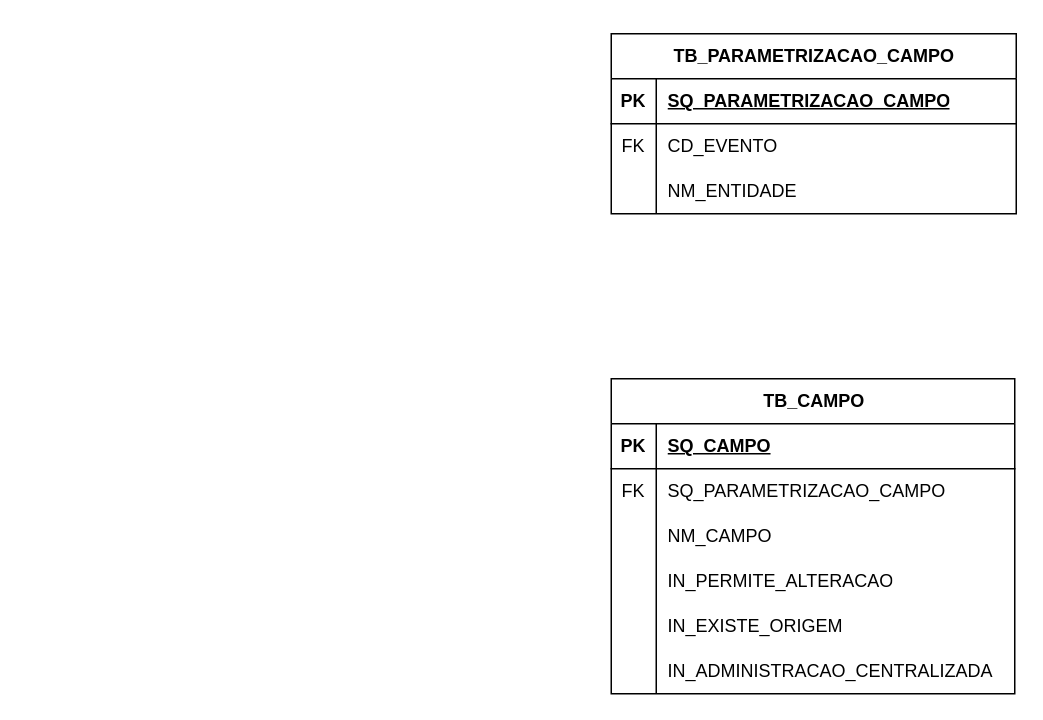
This is Parametrizacao_Campo.drawio from nilsondurval/Draw.IO, a draw.io file, before an edit. Source tidied: cells renumbered, new cells numbered last; positions are measured from the earlier drawing's top-left corner, leaving out a move shared by most shapes. Both pictures are drawn from the tidied source at 150%, with x=0, y=0 at pixel (610, 33).
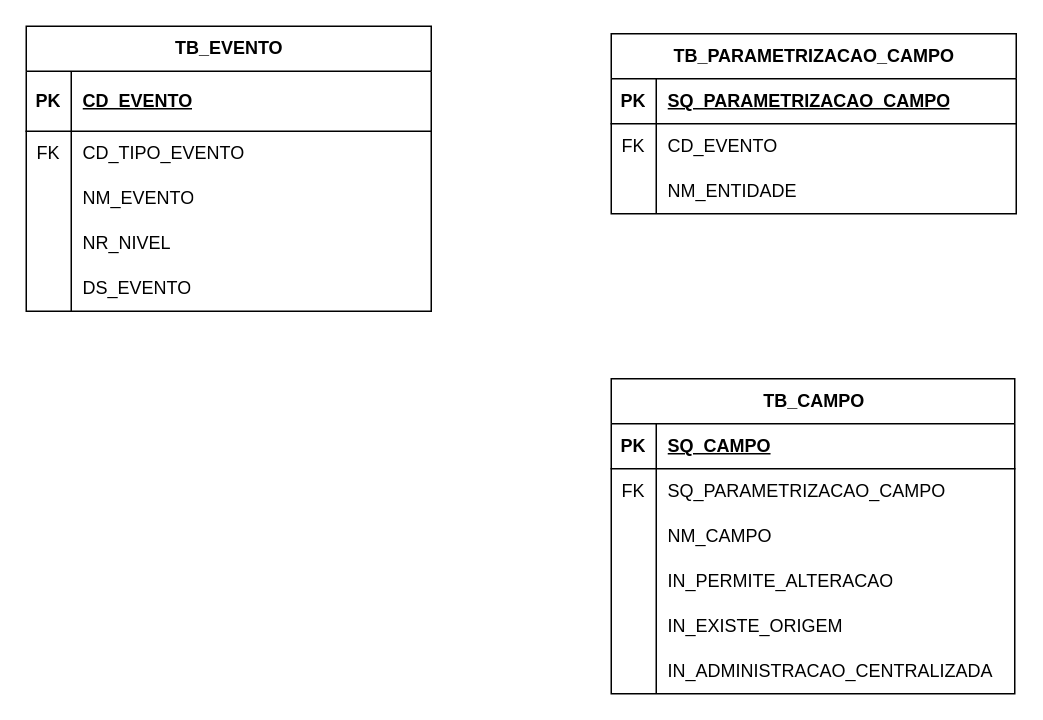
Above is the later version.

Change to the diagram source:
```diff
@@
+    <mxCell id="31" value="TB_EVENTO" style="shape=table;startSize=30;childLayout=tableLayout;rowLines=0;fontStyle=1;align=center;html=1;" parent="1" vertex="1">
+      <mxGeometry x="-390" y="-5" width="270" height="190" as="geometry" />
+    </mxCell>
+    <mxCell id="32" style="shape=tableRow;horizontal=0;startSize=0;swimlaneHead=0;swimlaneBody=0;fillColor=none;top=0;left=0;right=0;bottom=1;" parent="31" vertex="1">
+      <mxGeometry y="30" width="270" height="40" as="geometry" />
+    </mxCell>
+    <mxCell id="33" value="PK" style="shape=partialRectangle;fillColor=none;top=0;left=0;bottom=0;right=0;fontStyle=1;overflow=hidden;whiteSpace=wrap;html=1;" parent="32" vertex="1">
+      <mxGeometry width="30" height="40" as="geometry" />
+    </mxCell>
+    <mxCell id="34" value="CD_EVENTO" style="shape=partialRectangle;fillColor=none;top=0;left=0;bottom=0;right=0;align=left;spacingLeft=6;fontStyle=5;overflow=hidden;whiteSpace=wrap;html=1;" parent="32" vertex="1">
+      <mxGeometry x="30" width="240" height="40" as="geometry" />
+    </mxCell>
+    <mxCell id="35" style="shape=tableRow;horizontal=0;startSize=0;swimlaneHead=0;swimlaneBody=0;fillColor=none;top=0;left=0;right=0;bottom=0;" parent="31" vertex="1">
+      <mxGeometry y="70" width="270" height="30" as="geometry" />
+    </mxCell>
+    <mxCell id="36" value="FK" style="shape=partialRectangle;fillColor=none;top=0;left=0;bottom=0;right=0;overflow=hidden;whiteSpace=wrap;html=1;" parent="35" vertex="1">
+      <mxGeometry width="30" height="30" as="geometry" />
+    </mxCell>
+    <mxCell id="37" value="CD_TIPO_EVENTO" style="shape=partialRectangle;fillColor=none;top=0;left=0;bottom=0;right=0;align=left;spacingLeft=6;overflow=hidden;whiteSpace=wrap;html=1;" parent="35" vertex="1">
+      <mxGeometry x="30" width="240" height="30" as="geometry" />
+    </mxCell>
+    <mxCell id="38" style="shape=tableRow;horizontal=0;startSize=0;swimlaneHead=0;swimlaneBody=0;fillColor=none;top=0;left=0;right=0;bottom=0;" parent="31" vertex="1">
+      <mxGeometry y="100" width="270" height="30" as="geometry" />
+    </mxCell>
+    <mxCell id="39" style="shape=partialRectangle;fillColor=none;top=0;left=0;bottom=0;right=0;overflow=hidden;whiteSpace=wrap;html=1;" parent="38" vertex="1">
+      <mxGeometry width="30" height="30" as="geometry" />
+    </mxCell>
+    <mxCell id="40" value="NM_EVENTO" style="shape=partialRectangle;fillColor=none;top=0;left=0;bottom=0;right=0;align=left;spacingLeft=6;overflow=hidden;whiteSpace=wrap;html=1;" parent="38" vertex="1">
+      <mxGeometry x="30" width="240" height="30" as="geometry" />
+    </mxCell>
+    <mxCell id="41" style="shape=tableRow;horizontal=0;startSize=0;swimlaneHead=0;swimlaneBody=0;fillColor=none;top=0;left=0;right=0;bottom=0;" parent="31" vertex="1">
+      <mxGeometry y="130" width="270" height="30" as="geometry" />
+    </mxCell>
+    <mxCell id="42" style="shape=partialRectangle;fillColor=none;top=0;left=0;bottom=0;right=0;overflow=hidden;whiteSpace=wrap;html=1;" parent="41" vertex="1">
+      <mxGeometry width="30" height="30" as="geometry" />
+    </mxCell>
+    <mxCell id="43" value="NR_NIVEL" style="shape=partialRectangle;fillColor=none;top=0;left=0;bottom=0;right=0;align=left;spacingLeft=6;overflow=hidden;whiteSpace=wrap;html=1;" parent="41" vertex="1">
+      <mxGeometry x="30" width="240" height="30" as="geometry" />
+    </mxCell>
+    <mxCell id="44" style="shape=tableRow;horizontal=0;startSize=0;swimlaneHead=0;swimlaneBody=0;fillColor=none;top=0;left=0;right=0;bottom=0;" parent="31" vertex="1">
+      <mxGeometry y="160" width="270" height="30" as="geometry" />
+    </mxCell>
+    <mxCell id="45" style="shape=partialRectangle;fillColor=none;top=0;left=0;bottom=0;right=0;overflow=hidden;whiteSpace=wrap;html=1;" parent="44" vertex="1">
+      <mxGeometry width="30" height="30" as="geometry" />
+    </mxCell>
+    <mxCell id="46" value="DS_EVENTO" style="shape=partialRectangle;fillColor=none;top=0;left=0;bottom=0;right=0;align=left;spacingLeft=6;overflow=hidden;whiteSpace=wrap;html=1;" parent="44" vertex="1">
+      <mxGeometry x="30" width="240" height="30" as="geometry" />
+    </mxCell>
```
